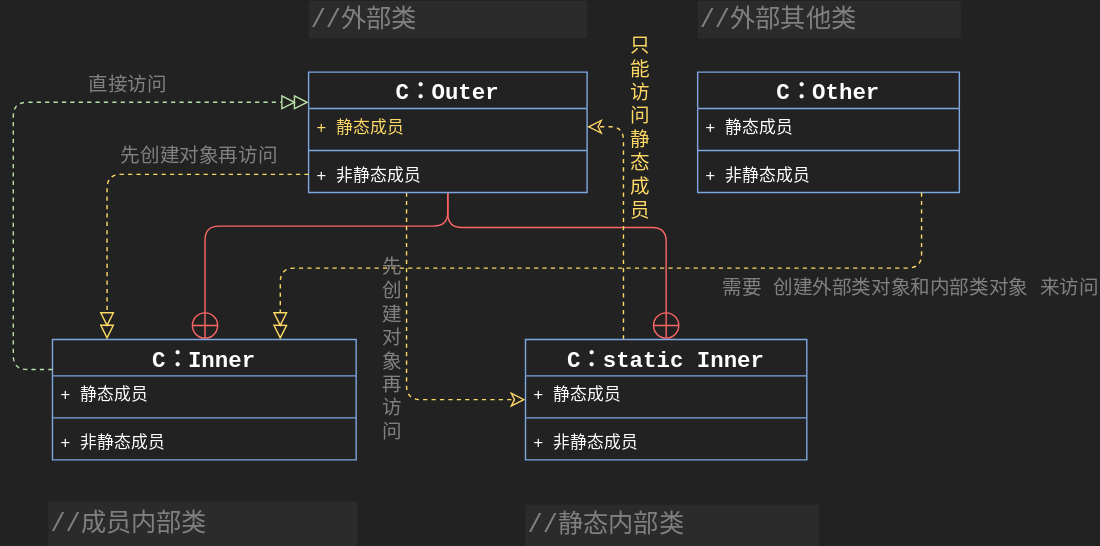
This is drawio/InnerClassMind.svg from Stolorzs/Picgo, a draw.io export, as it was before one commit. Source tidied: cells renumbered, new cells last; positions are measured from the earlier drawing's top-left corner, leaving out a move shared by most shapes.
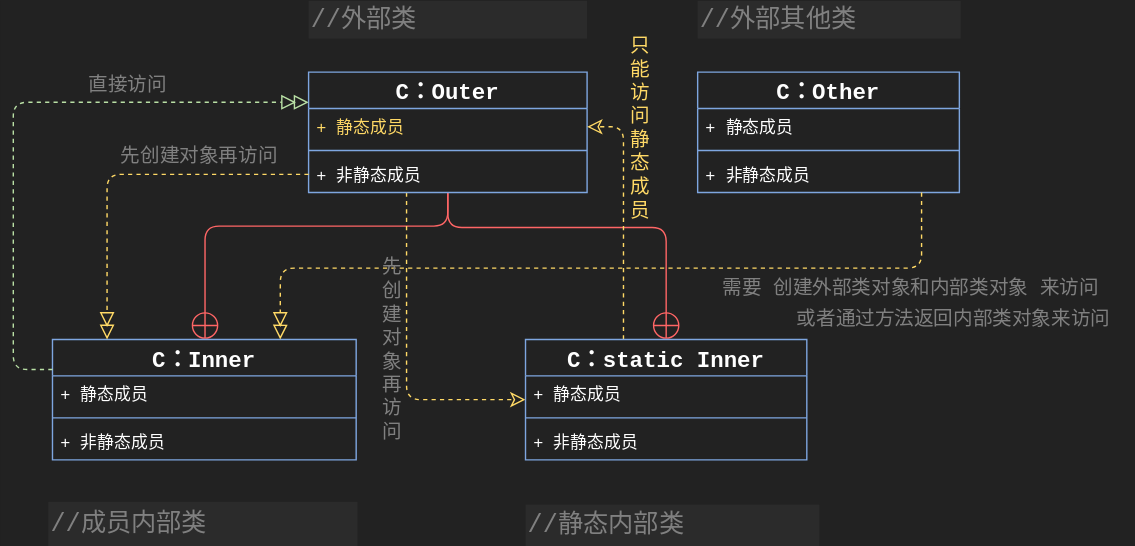
Later version of the same file.

The edit, as a diff of the source:
```diff
@@ -130,5 +130,8 @@
     <mxCell id="33" value="&lt;div style=&quot;font-family: &amp;quot;JetBrains Mono&amp;quot;, monospace; white-space: pre; font-size: 14px;&quot;&gt;&lt;div&gt;&lt;font style=&quot;font-size: 14px;&quot; color=&quot;#808080&quot;&gt;先&lt;/font&gt;&lt;/div&gt;&lt;div&gt;&lt;font style=&quot;font-size: 14px;&quot; color=&quot;#808080&quot;&gt;创&lt;/font&gt;&lt;/div&gt;&lt;div&gt;&lt;font style=&quot;font-size: 14px;&quot; color=&quot;#808080&quot;&gt;建&lt;/font&gt;&lt;/div&gt;&lt;div&gt;&lt;font style=&quot;font-size: 14px;&quot; color=&quot;#808080&quot;&gt;对&lt;/font&gt;&lt;/div&gt;&lt;div&gt;&lt;font style=&quot;font-size: 14px;&quot; color=&quot;#808080&quot;&gt;象&lt;/font&gt;&lt;/div&gt;&lt;div&gt;&lt;font style=&quot;font-size: 14px;&quot; color=&quot;#808080&quot;&gt;再&lt;/font&gt;&lt;/div&gt;&lt;div&gt;&lt;font style=&quot;font-size: 14px;&quot; color=&quot;#808080&quot;&gt;访&lt;/font&gt;&lt;/div&gt;&lt;div&gt;&lt;span style=&quot;color: rgb(128, 128, 128);&quot;&gt;问&lt;/span&gt;&lt;/div&gt;&lt;/div&gt;" style="whiteSpace=wrap;html=1;fillColor=none;strokeColor=none;align=left;" parent="1" vertex="1">
       <mxGeometry x="262" y="169" width="29" height="162" as="geometry" />
     </mxCell>
+    <mxCell id="34" value="&lt;div style=&quot;font-family: &amp;quot;JetBrains Mono&amp;quot;, monospace; white-space: pre;&quot;&gt;&lt;font color=&quot;#808080&quot;&gt;&lt;span style=&quot;caret-color: rgb(128, 128, 128); font-size: 14px;&quot;&gt;或者通过方法返回内部类对象来访问&lt;/span&gt;&lt;/font&gt;&lt;/div&gt;" style="whiteSpace=wrap;html=1;fillColor=none;strokeColor=none;align=left;" parent="1" vertex="1">
+      <mxGeometry x="558" y="214" width="243" height="28" as="geometry" />
+    </mxCell>
   </root>
 </mxGraphModel>
```
